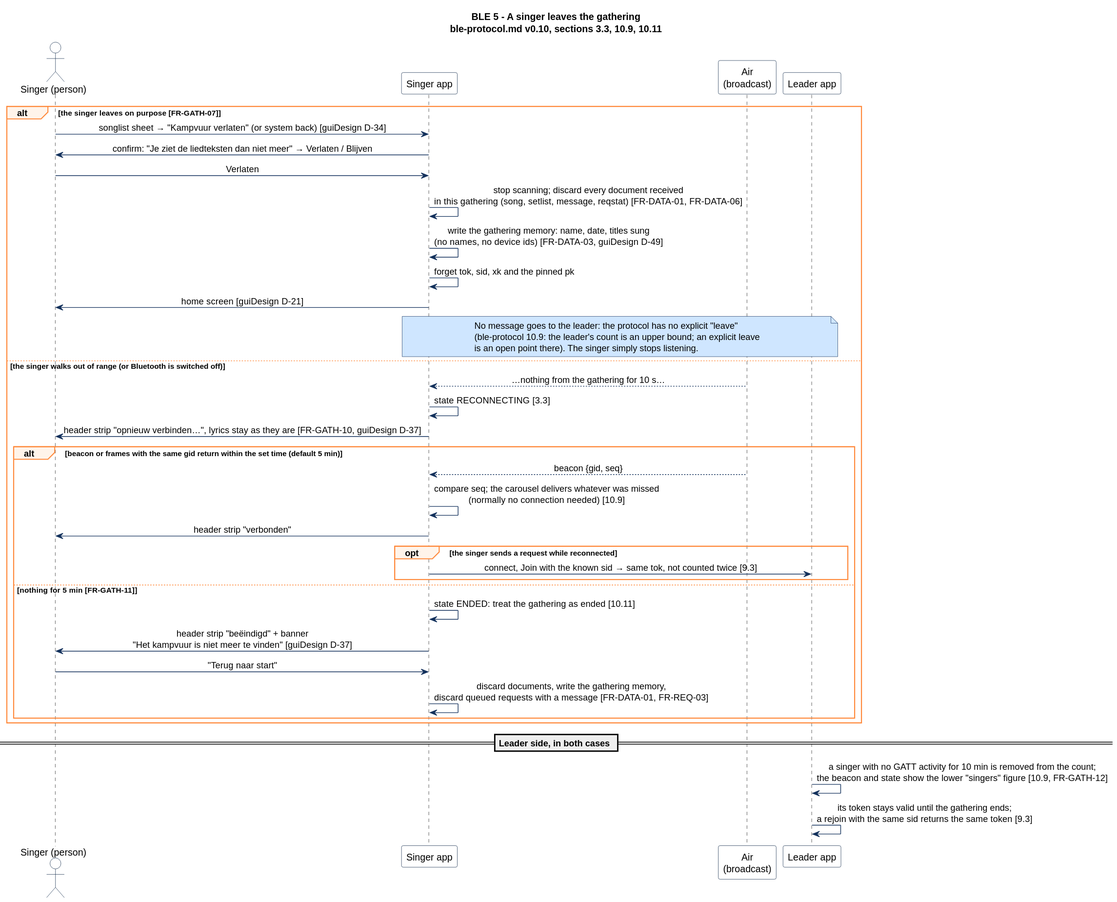
The PlantUML diagram design/ble/seq-05-singer-leaves.svg in pe1mew/Zangbundel, before a commit.
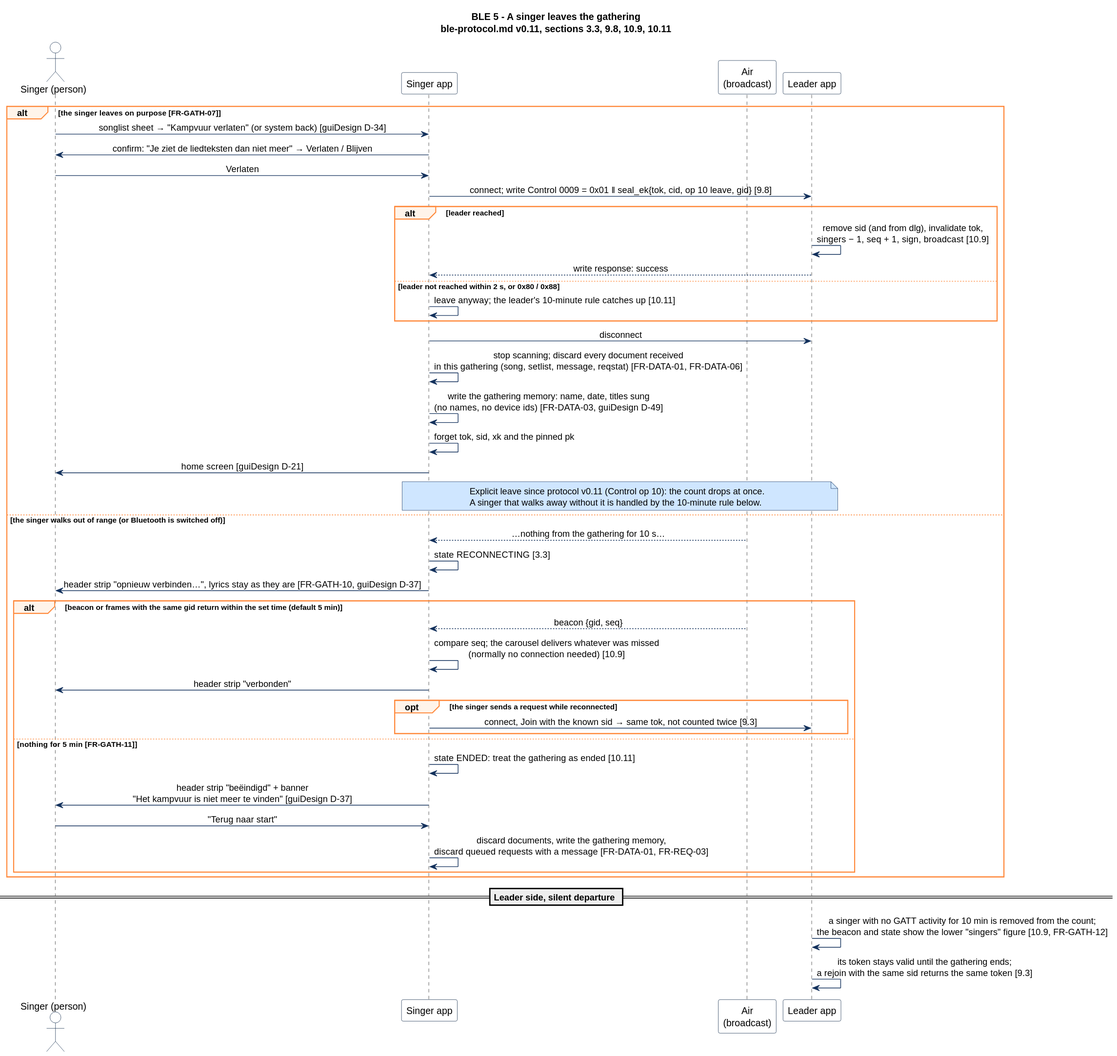
The same diagram one commit later.

Commit message:
FRD v0.9, GUI design v0.7, song format v0.3, BLE v0.11 with helper code and leave, sequence diagrams

Diff of the diagram source:
```diff
@@ -1,6 +1,6 @@
 @startuml
 
-title BLE 5 - A singer leaves the gathering\nble-protocol.md v0.10, sections 3.3, 10.9, 10.11
+title BLE 5 - A singer leaves the gathering\nble-protocol.md v0.11, sections 3.3, 9.8, 10.9, 10.11
 
 skinparam shadowing false
 skinparam defaultFontName "Segoe UI, Roboto, sans-serif"
@@ -24,11 +24,19 @@
   U -> S : songlist sheet → "Kampvuur verlaten" (or system back)  [guiDesign D-34]
   S -> U : confirm: "Je ziet de liedteksten dan niet meer" → Verlaten / Blijven
   U -> S : Verlaten
+  S -> L : connect; write Control 0009 = 0x01 ‖ seal_ek{tok, cid, op 10 leave, gid}  [9.8]
+  alt leader reached
+    L -> L : remove sid (and from dlg), invalidate tok,\nsingers − 1, seq + 1, sign, broadcast  [10.9]
+    L --> S : write response: success
+  else leader not reached within 2 s, or 0x80 / 0x88
+    S -> S : leave anyway; the leader's 10-minute rule catches up  [10.11]
+  end
+  S -> L : disconnect
   S -> S : stop scanning; discard every document received\nin this gathering (song, setlist, message, reqstat)  [FR-DATA-01, FR-DATA-06]
   S -> S : write the gathering memory: name, date, titles sung\n(no names, no device ids)  [FR-DATA-03, guiDesign D-49]
   S -> S : forget tok, sid, xk and the pinned pk
   S -> U : home screen  [guiDesign D-21]
-  note over S, L : No message goes to the leader: the protocol has no explicit "leave"\n(ble-protocol 10.9: the leader's count is an upper bound; an explicit leave\nis an open point there). The singer simply stops listening.
+  note over S, L : Explicit leave since protocol v0.11 (Control op 10): the count drops at once.\nA singer that walks away without it is handled by the 10-minute rule below.
 else the singer walks out of range (or Bluetooth is switched off)
   AIR --> S : …nothing from the gathering for 10 s…
   S -> S : state RECONNECTING  [3.3]
@@ -48,7 +56,7 @@
   end
 end
 
-== Leader side, in both cases ==
+== Leader side, silent departure ==
 L -> L : a singer with no GATT activity for 10 min is removed from the count;\nthe beacon and state show the lower "singers" figure  [10.9, FR-GATH-12]
 L -> L : its token stays valid until the gathering ends;\na rejoin with the same sid returns the same token  [9.3]
 @enduml
```
